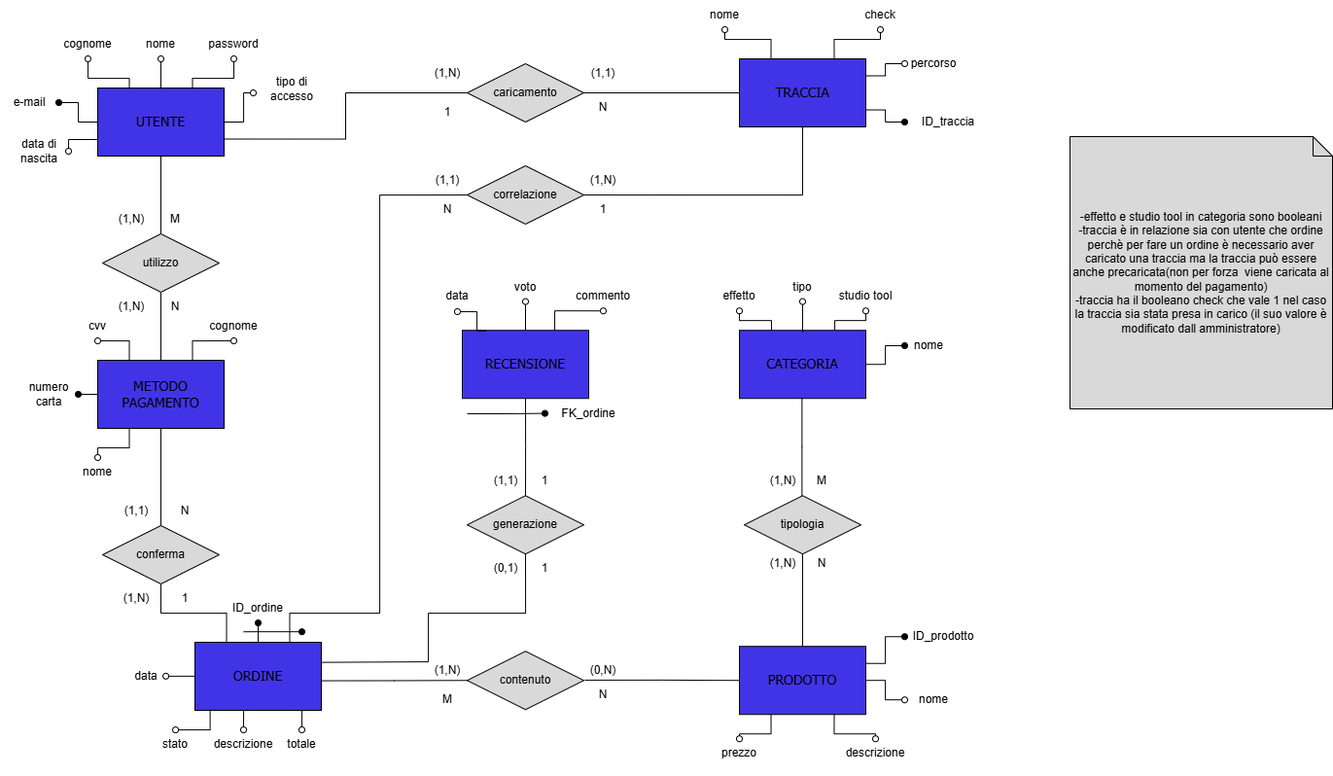
Ayamiba/ProgettoTsw keeps this draw.io diagram as database/diagramma_ER.png. Above is the earlier version. Source tidied: cells renumbered, new cells last; positions are measured from the earlier drawing's top-left corner, leaving out a move shared by most shapes.
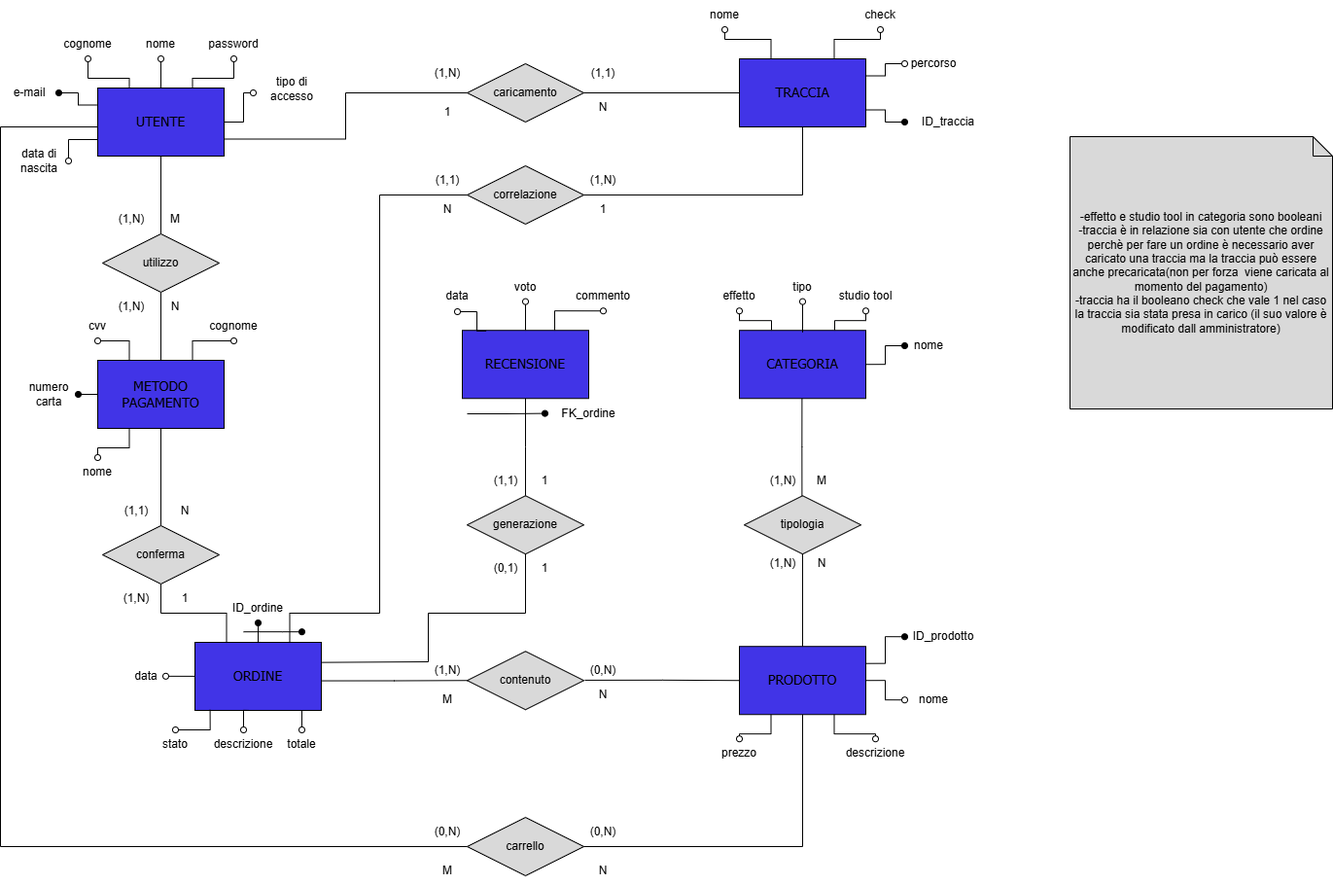
Later version of the same file.

Commit message:
modifica database: aggiunta della relazione carrello

The edit, as a diff of the source:
```diff
@@ -96,10 +96,10 @@
       <mxGeometry x="210" y="30" width="60" height="30" as="geometry" />
     </mxCell>
     <mxCell id="26" value="e-mail" style="text;html=1;whiteSpace=wrap;strokeColor=none;fillColor=none;align=center;verticalAlign=middle;rounded=0;" parent="1" vertex="1">
-      <mxGeometry y="90" width="60" height="30" as="geometry" />
+      <mxGeometry y="80" width="60" height="30" as="geometry" />
     </mxCell>
     <mxCell id="27" value="data di nascita" style="text;html=1;whiteSpace=wrap;strokeColor=none;fillColor=none;align=center;verticalAlign=middle;rounded=0;" parent="1" vertex="1">
-      <mxGeometry x="10" y="140" width="60" height="30" as="geometry" />
+      <mxGeometry x="10" y="150" width="60" height="30" as="geometry" />
     </mxCell>
     <mxCell id="28" value="tipo di accesso" style="text;html=1;whiteSpace=wrap;strokeColor=none;fillColor=none;align=center;verticalAlign=middle;rounded=0;" parent="1" vertex="1">
       <mxGeometry x="270" y="75.8" width="60" height="30" as="geometry" />
@@ -126,7 +126,7 @@
     <mxCell id="33" style="edgeStyle=orthogonalEdgeStyle;rounded=0;jettySize=auto;html=1;endArrow=none;endFill=0;exitX=0.5;exitY=1;exitDx=0;exitDy=0;entryX=0.25;entryY=0;entryDx=0;entryDy=0;startArrow=oval;startFill=0;" parent="1" edge="1" source="23" target="3">
       <mxGeometry relative="1" as="geometry" />
     </mxCell>
-    <mxCell id="34" style="edgeStyle=orthogonalEdgeStyle;rounded=0;jettySize=auto;html=1;endArrow=none;endFill=0;entryX=0;entryY=0.5;entryDx=0;entryDy=0;exitX=1;exitY=0.5;exitDx=0;exitDy=0;startArrow=oval;startFill=1;" parent="1" edge="1" source="26" target="3">
+    <mxCell id="34" style="edgeStyle=orthogonalEdgeStyle;rounded=0;jettySize=auto;html=1;endArrow=none;endFill=0;entryX=0;entryY=0.25;entryDx=0;entryDy=0;exitX=1;exitY=0.5;exitDx=0;exitDy=0;startArrow=oval;startFill=1;" parent="1" edge="1" source="26" target="3">
       <mxGeometry relative="1" as="geometry" />
     </mxCell>
     <mxCell id="35" value="numero carta" style="text;html=1;whiteSpace=wrap;strokeColor=none;fillColor=none;align=center;verticalAlign=middle;rounded=0;" parent="1" vertex="1">
@@ -456,5 +456,36 @@
     <mxCell id="123" value="data" style="text;html=1;whiteSpace=wrap;strokeColor=none;fillColor=none;align=center;verticalAlign=middle;rounded=0;" parent="1" vertex="1">
       <mxGeometry x="440" y="289.2" width="60" height="30" as="geometry" />
     </mxCell>
+    <mxCell id="124" style="edgeStyle=orthogonalEdgeStyle;rounded=0;jettySize=auto;html=1;endArrow=none;endFill=0;entryX=0;entryY=0.5;entryDx=0;entryDy=0;exitX=0;exitY=0.5;exitDx=0;exitDy=0;" parent="1" edge="1" source="125" target="3">
+      <mxGeometry relative="1" as="geometry">
+        <Array as="points">
+          <mxPoint y="870" />
+          <mxPoint y="130" />
+          <mxPoint x="100" y="130" />
+        </Array>
+      </mxGeometry>
+    </mxCell>
+    <mxCell id="125" value="carrello" style="shape=rhombus;perimeter=rhombusPerimeter;whiteSpace=wrap;html=1;align=center;fillColor=#D9D9D9;" parent="1" vertex="1">
+      <mxGeometry x="480" y="840" width="120" height="60" as="geometry" />
+    </mxCell>
+    <mxCell id="126" style="edgeStyle=orthogonalEdgeStyle;rounded=0;jettySize=auto;html=1;endArrow=none;endFill=0;entryX=0.5;entryY=1;entryDx=0;entryDy=0;exitX=1;exitY=0.5;exitDx=0;exitDy=0;" parent="1" edge="1" source="125" target="17">
+      <mxGeometry relative="1" as="geometry">
+        <Array as="points">
+          <mxPoint x="825" y="870" />
+        </Array>
+      </mxGeometry>
+    </mxCell>
+    <mxCell id="127" value="(0,N)" style="text;html=1;whiteSpace=wrap;strokeColor=none;fillColor=none;align=center;verticalAlign=middle;rounded=0;" parent="1" vertex="1">
+      <mxGeometry x="430" y="840" width="60" height="30" as="geometry" />
+    </mxCell>
+    <mxCell id="128" value="(0,N)" style="text;html=1;whiteSpace=wrap;strokeColor=none;fillColor=none;align=center;verticalAlign=middle;rounded=0;" parent="1" vertex="1">
+      <mxGeometry x="590" y="840" width="60" height="30" as="geometry" />
+    </mxCell>
+    <mxCell id="129" value="M" style="text;html=1;whiteSpace=wrap;strokeColor=none;fillColor=none;align=center;verticalAlign=middle;rounded=0;" parent="1" vertex="1">
+      <mxGeometry x="430" y="880" width="60" height="30" as="geometry" />
+    </mxCell>
+    <mxCell id="130" value="N" style="text;html=1;whiteSpace=wrap;strokeColor=none;fillColor=none;align=center;verticalAlign=middle;rounded=0;" parent="1" vertex="1">
+      <mxGeometry x="590" y="880" width="60" height="30" as="geometry" />
+    </mxCell>
   </root>
 </mxGraphModel>
```
